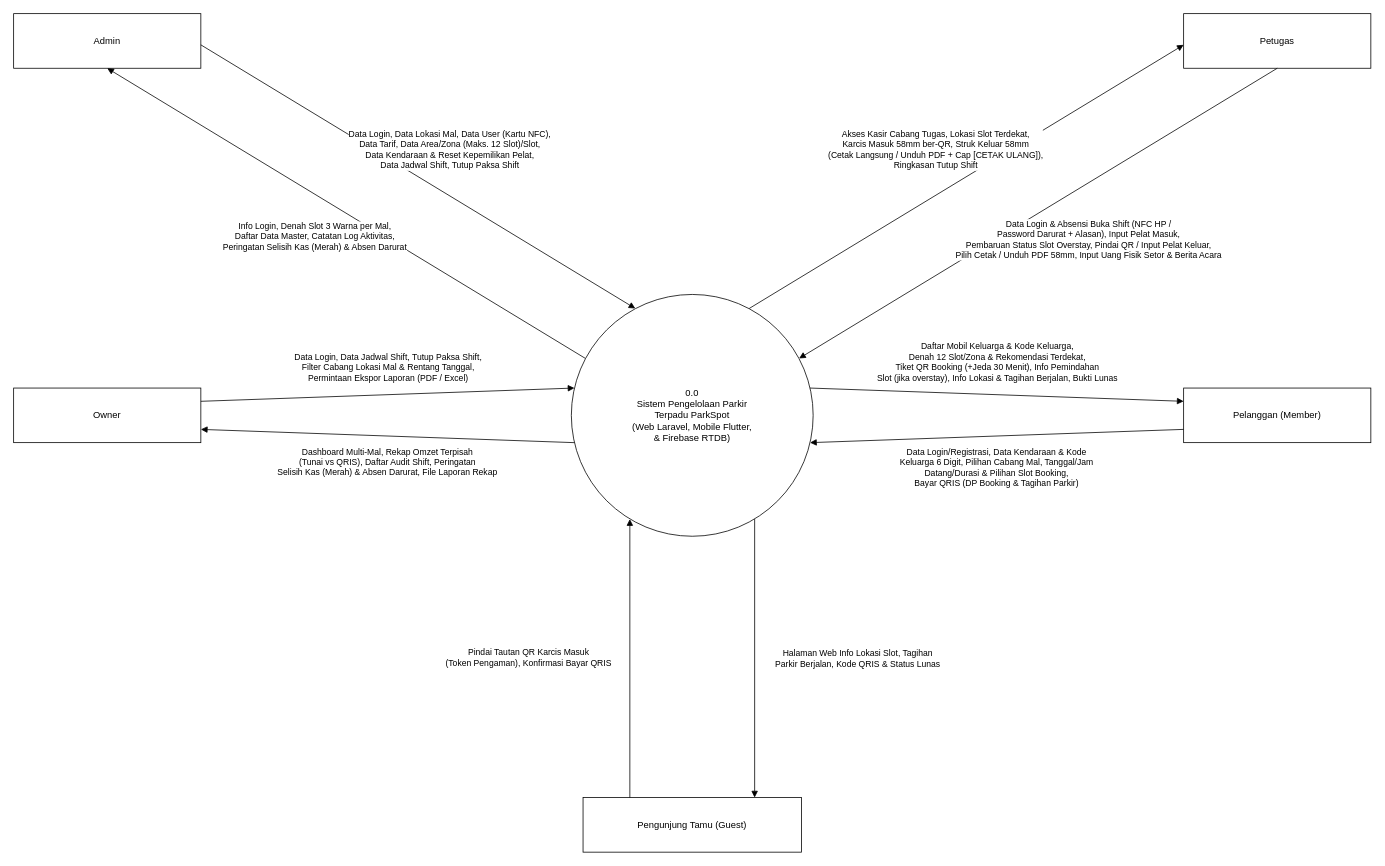
The draw.io diagram diagram/revisi/Diagram ParkSpot UKK-DFD LEVEL 0 (Revisi).drawio in Humiiu/parkspot, before the edit. Source tidied: cells renumbered, new cells numbered last; positions are measured from the earlier drawing's top-left corner, leaving out a move shared by most shapes. Both pictures are drawn from the tidied source at 78%, with x=0, y=0 at pixel (13, 13).
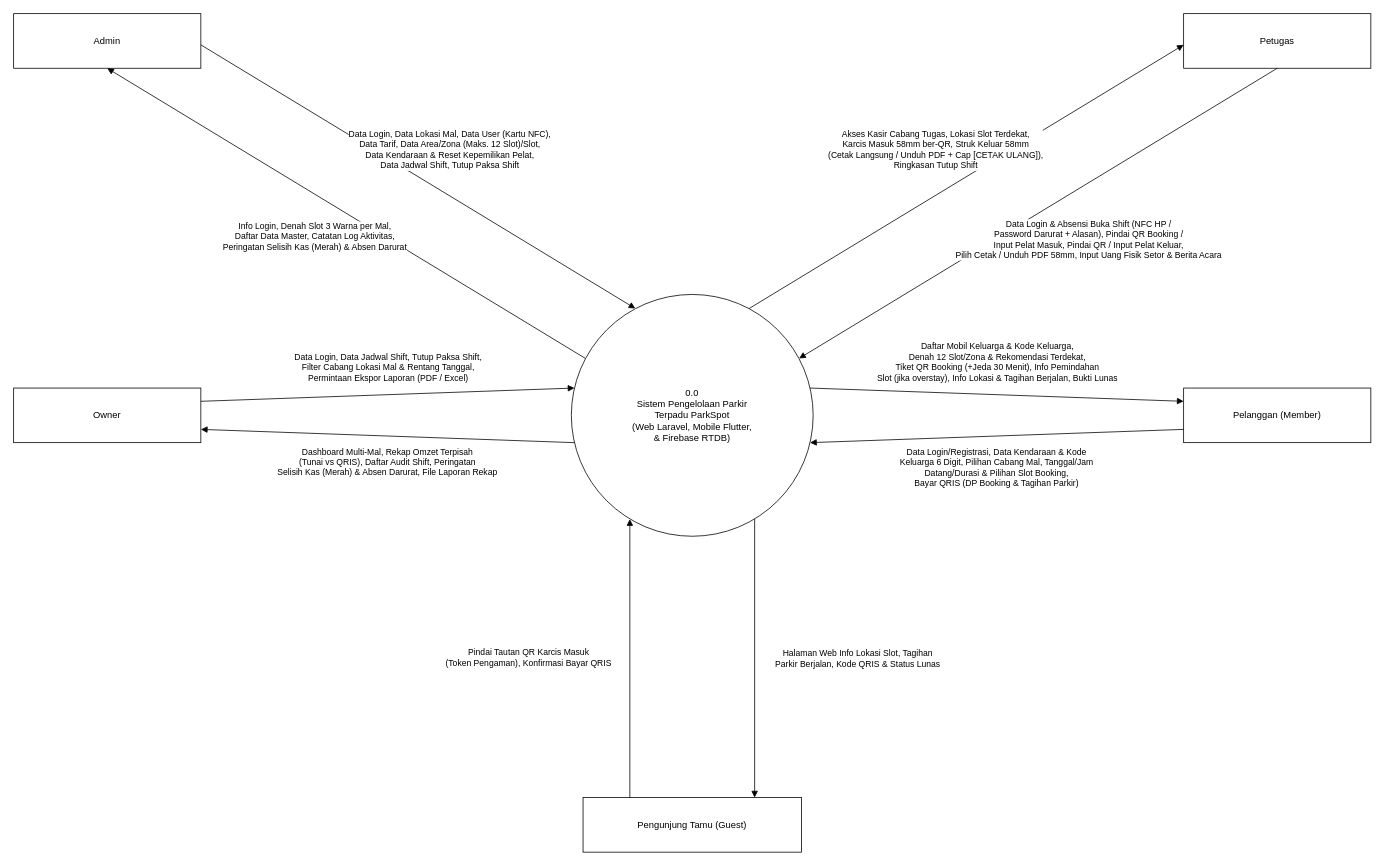
The same page after the edit.

Commit message (it also covers changes not shown here):
revisi teks dfd level 0 petugas jadi pindai qr booking input pelat masuk

The edit, as a diff of the source:
```diff
@@
-    <mxCell id="10" value="Data Login &amp; Absensi Buka Shift (NFC HP /&lt;br&gt;Password Darurat + Alasan), Input Pelat Masuk,&lt;br&gt;Pembaruan Status Slot Overstay, Pindai QR / Input Pelat Keluar,&lt;br&gt;Pilih Cetak / Unduh PDF 58mm, Input Uang Fisik Setor &amp; Berita Acara" style="html=1;endArrow=block;rounded=0;labelBackgroundColor=default;" parent="1" edge="1">
+    <mxCell id="10" value="Data Login &amp; Absensi Buka Shift (NFC HP /&lt;br&gt;Password Darurat + Alasan), Pindai QR Booking /&lt;br&gt;Input Pelat Masuk, Pindai QR / Input Pelat Keluar,&lt;br&gt;Pilih Cetak / Unduh PDF 58mm, Input Uang Fisik Setor &amp; Berita Acara" style="html=1;endArrow=block;rounded=0;labelBackgroundColor=default;" parent="1" edge="1">
       <mxGeometry relative="1" as="geometry">
         <mxPoint x="1620" y="70" as="sourcePoint" />
         <mxPoint x="1007" y="442" as="targetPoint" />
         <mxPoint x="65" y="34" as="offset" />
       </mxGeometry>
     </mxCell>
```
